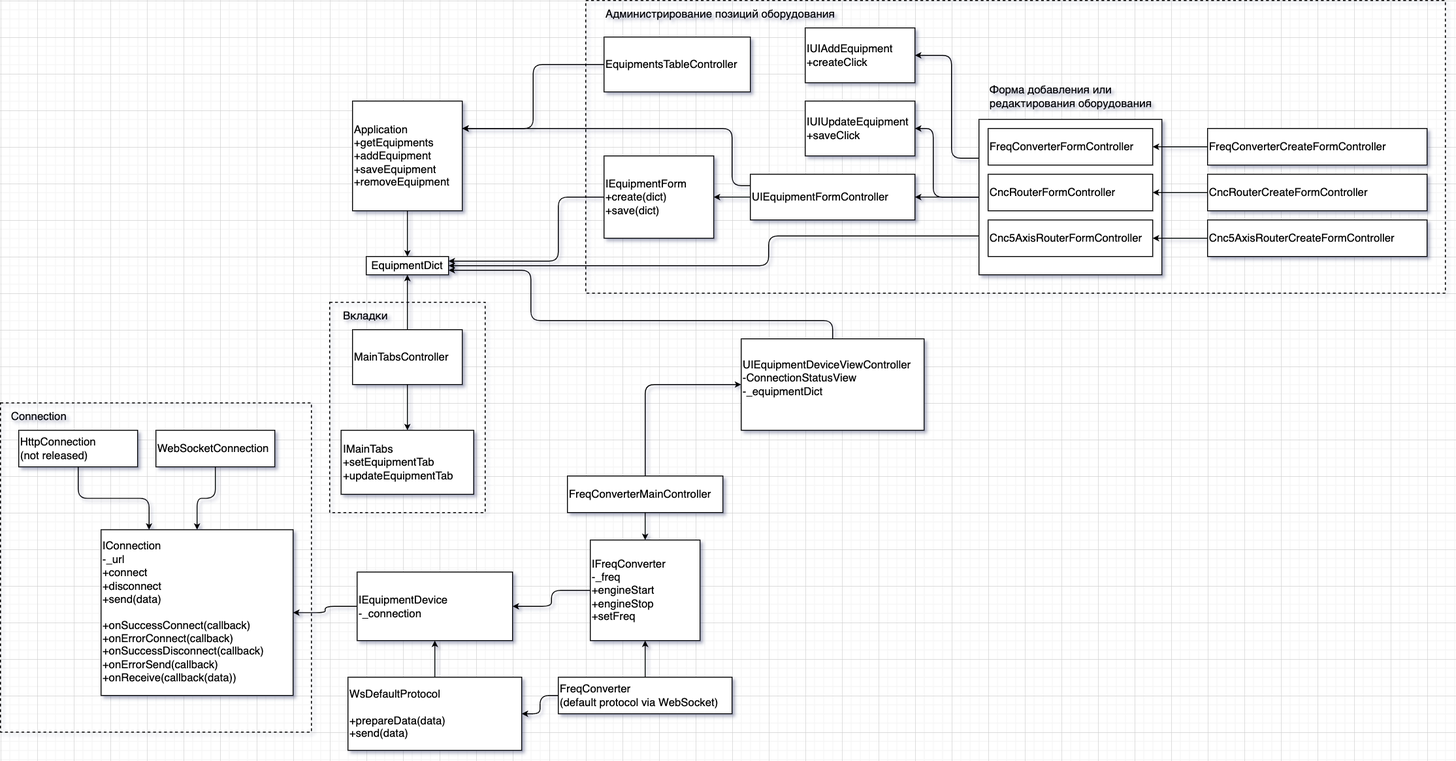
amikodev/factory-ios keeps this draw.io diagram as git.docs/arch-01.png. Above is the earlier version. Source tidied: cells renumbered, new cells last; positions are measured from the earlier drawing's top-left corner, leaving out a move shared by most shapes.
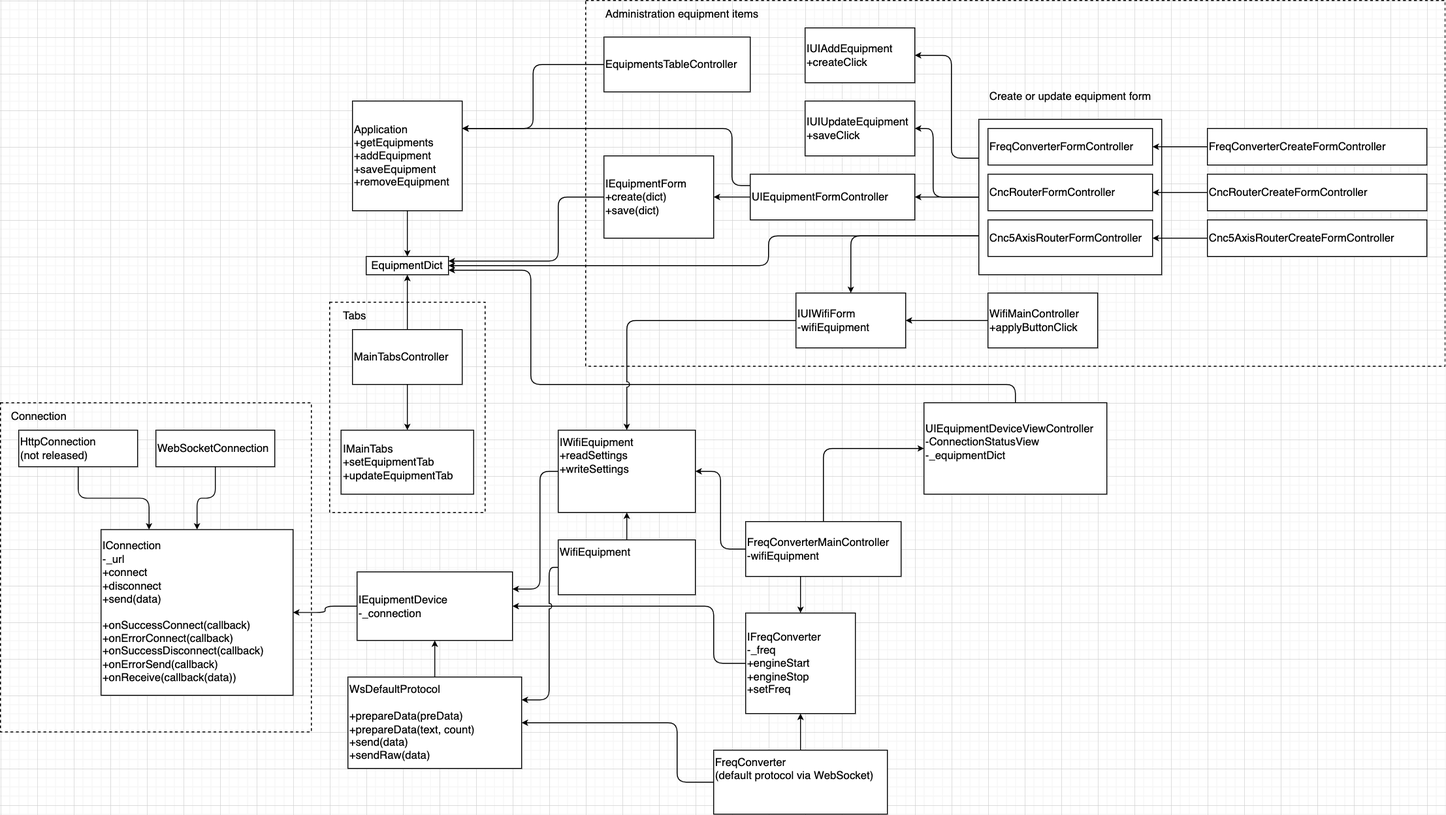
After the change.

What changed in the source:
```diff
@@ -6,7 +6,7 @@
       <mxGeometry y="440" width="340" height="360" as="geometry" />
     </mxCell>
     <mxCell id="3" style="rounded=0;whiteSpace=wrap;html=1;dashed=1;fillColor=none;" parent="1" vertex="1">
-      <mxGeometry x="640" width="940" height="320" as="geometry" />
+      <mxGeometry x="640" width="940" height="400" as="geometry" />
     </mxCell>
     <mxCell id="4" style="edgeStyle=orthogonalEdgeStyle;rounded=1;jettySize=auto;html=1;exitX=0;exitY=0.25;exitDx=0;exitDy=0;entryX=1;entryY=0.5;entryDx=0;entryDy=0;endSize=4;startSize=4;jumpStyle=arc;" parent="1" edge="1" source="8" target="16">
       <mxGeometry relative="1" as="geometry">
@@ -39,6 +39,9 @@
         </Array>
       </mxGeometry>
     </mxCell>
+    <mxCell id="58" style="edgeStyle=orthogonalEdgeStyle;rounded=1;jumpStyle=arc;jettySize=auto;html=1;exitX=0;exitY=0.75;exitDx=0;exitDy=0;entryX=0.5;entryY=0;entryDx=0;entryDy=0;startSize=4;endSize=4;" parent="1" edge="1" source="8" target="68">
+      <mxGeometry relative="1" as="geometry" />
+    </mxCell>
     <mxCell id="8" style="rounded=0;whiteSpace=wrap;html=1;" parent="1" vertex="1">
       <mxGeometry x="1070" y="130" width="200" height="170" as="geometry" />
     </mxCell>
@@ -75,7 +78,7 @@
     <mxCell id="19" value="Cnc5AxisRouterFormController" style="rounded=0;whiteSpace=wrap;html=1;align=left;" parent="1" vertex="1">
       <mxGeometry x="1080" y="240" width="180" height="40" as="geometry" />
     </mxCell>
-    <mxCell id="20" value="Форма добавления или редактирования оборудования" style="text;html=1;strokeColor=none;fillColor=none;align=left;verticalAlign=middle;whiteSpace=wrap;rounded=0;" parent="1" vertex="1">
+    <mxCell id="20" value="Create or update equipment form&amp;nbsp;" style="text;html=1;strokeColor=none;fillColor=none;align=left;verticalAlign=middle;whiteSpace=wrap;rounded=0;" parent="1" vertex="1">
       <mxGeometry x="1080" y="90" width="210" height="30" as="geometry" />
     </mxCell>
     <mxCell id="21" value="IUIUpdateEquipment&lt;br&gt;+saveClick" style="rounded=0;whiteSpace=wrap;html=1;align=left;" parent="1" vertex="1">
@@ -85,22 +88,30 @@
       <mxGeometry relative="1" as="geometry" />
     </mxCell>
     <mxCell id="23" style="edgeStyle=orthogonalEdgeStyle;rounded=1;jumpStyle=arc;jettySize=auto;html=1;exitX=0.5;exitY=1;exitDx=0;exitDy=0;entryX=0.5;entryY=0;entryDx=0;entryDy=0;startSize=4;endSize=4;" parent="1" edge="1" source="24" target="44">
-      <mxGeometry relative="1" as="geometry" />
+      <mxGeometry relative="1" as="geometry">
+        <Array as="points">
+          <mxPoint x="900" y="620" />
+          <mxPoint x="875" y="620" />
+        </Array>
+      </mxGeometry>
     </mxCell>
+    <mxCell id="59" style="edgeStyle=orthogonalEdgeStyle;rounded=1;jumpStyle=arc;jettySize=auto;html=1;exitX=0;exitY=0.5;exitDx=0;exitDy=0;entryX=1;entryY=0.5;entryDx=0;entryDy=0;startSize=4;endSize=4;" parent="1" edge="1" source="24" target="61">
+      <mxGeometry relative="1" as="geometry" />
+    </mxCell>
-    <mxCell id="24" value="FreqConverterMainController" style="rounded=0;whiteSpace=wrap;html=1;align=left;" parent="1" vertex="1">
-      <mxGeometry x="620" y="520" width="170" height="40" as="geometry" />
+    <mxCell id="24" value="FreqConverterMainController&lt;br&gt;-wifiEquipment" style="rounded=0;whiteSpace=wrap;html=1;align=left;" parent="1" vertex="1">
+      <mxGeometry x="815" y="570" width="170" height="60" as="geometry" />
     </mxCell>
     <mxCell id="25" style="edgeStyle=orthogonalEdgeStyle;rounded=1;jumpStyle=arc;jettySize=auto;html=1;exitX=0.5;exitY=0;exitDx=0;exitDy=0;entryX=1;entryY=0.75;entryDx=0;entryDy=0;startSize=4;endSize=4;" parent="1" edge="1" source="26" target="12">
       <mxGeometry relative="1" as="geometry">
         <Array as="points">
-          <mxPoint x="910" y="350" />
-          <mxPoint x="580" y="350" />
+          <mxPoint x="1110" y="420" />
+          <mxPoint x="580" y="420" />
           <mxPoint x="580" y="295" />
         </Array>
       </mxGeometry>
     </mxCell>
     <mxCell id="26" value="UIEquipmentDeviceViewController&lt;br&gt;-ConnectionStatusView&lt;br&gt;-_equipmentDict&lt;br&gt;&lt;br&gt;" style="rounded=0;whiteSpace=wrap;html=1;align=left;" parent="1" vertex="1">
-      <mxGeometry x="810" y="370" width="200" height="100" as="geometry" />
+      <mxGeometry x="1010" y="440" width="200" height="100" as="geometry" />
     </mxCell>
     <mxCell id="27" style="edgeStyle=orthogonalEdgeStyle;rounded=1;jumpStyle=arc;jettySize=auto;html=1;exitX=0;exitY=0.5;exitDx=0;exitDy=0;entryX=1;entryY=0.25;entryDx=0;entryDy=0;startSize=4;endSize=4;" parent="1" edge="1" source="28" target="10">
       <mxGeometry relative="1" as="geometry" />
@@ -160,24 +171,34 @@
       <mxGeometry relative="1" as="geometry" />
     </mxCell>
     <mxCell id="41" style="edgeStyle=orthogonalEdgeStyle;rounded=1;jumpStyle=arc;jettySize=auto;html=1;exitX=0;exitY=0.5;exitDx=0;exitDy=0;entryX=1;entryY=0.5;entryDx=0;entryDy=0;startSize=4;endSize=4;" parent="1" edge="1" source="42" target="57">
-      <mxGeometry relative="1" as="geometry" />
+      <mxGeometry relative="1" as="geometry">
+        <Array as="points">
+          <mxPoint x="740" y="855" />
+          <mxPoint x="740" y="790" />
+        </Array>
+      </mxGeometry>
     </mxCell>
-    <mxCell id="42" value="FreqConverter&lt;br&gt;(default protocol via WebSocket)" style="rounded=0;whiteSpace=wrap;html=1;align=left;" parent="1" vertex="1">
-      <mxGeometry x="610" y="740" width="190" height="40" as="geometry" />
+    <mxCell id="42" value="FreqConverter&lt;br&gt;(default protocol via WebSocket)&lt;br&gt;" style="rounded=0;whiteSpace=wrap;html=1;align=left;verticalAlign=top;" parent="1" vertex="1">
+      <mxGeometry x="780" y="820" width="190" height="70" as="geometry" />
     </mxCell>
     <mxCell id="43" style="edgeStyle=orthogonalEdgeStyle;rounded=1;jumpStyle=arc;jettySize=auto;html=1;exitX=0;exitY=0.5;exitDx=0;exitDy=0;entryX=1;entryY=0.5;entryDx=0;entryDy=0;startSize=4;endSize=4;" parent="1" edge="1" source="44" target="49">
-      <mxGeometry relative="1" as="geometry" />
+      <mxGeometry relative="1" as="geometry">
+        <Array as="points">
+          <mxPoint x="780" y="725" />
+          <mxPoint x="780" y="663" />
+        </Array>
+      </mxGeometry>
     </mxCell>
     <mxCell id="44" value="IFreqConverter&lt;br&gt;-_freq&lt;br&gt;+engineStart&lt;br&gt;+engineStop&lt;br&gt;+setFreq" style="rounded=0;whiteSpace=wrap;html=1;align=left;" parent="1" vertex="1">
-      <mxGeometry x="645" y="590" width="120" height="110" as="geometry" />
+      <mxGeometry x="815" y="670" width="120" height="110" as="geometry" />
     </mxCell>
-    <mxCell id="45" value="Администрирование позиций оборудования" style="text;html=1;strokeColor=none;fillColor=none;align=left;verticalAlign=middle;whiteSpace=wrap;rounded=0;" parent="1" vertex="1">
+    <mxCell id="45" value="Administration equipment items" style="text;html=1;strokeColor=none;fillColor=none;align=left;verticalAlign=middle;whiteSpace=wrap;rounded=0;" parent="1" vertex="1">
       <mxGeometry x="660" width="300" height="30" as="geometry" />
     </mxCell>
     <mxCell id="46" style="rounded=0;whiteSpace=wrap;html=1;dashed=1;fillColor=none;" parent="1" vertex="1">
       <mxGeometry x="360" y="330" width="170" height="230" as="geometry" />
     </mxCell>
-    <mxCell id="47" value="Вкладки" style="text;html=1;strokeColor=none;fillColor=none;align=left;verticalAlign=middle;whiteSpace=wrap;rounded=0;dashed=1;" parent="1" vertex="1">
+    <mxCell id="47" value="Tabs" style="text;html=1;strokeColor=none;fillColor=none;align=left;verticalAlign=middle;whiteSpace=wrap;rounded=0;dashed=1;" parent="1" vertex="1">
       <mxGeometry x="373" y="330" width="147" height="30" as="geometry" />
     </mxCell>
     <mxCell id="48" style="edgeStyle=orthogonalEdgeStyle;rounded=1;jumpStyle=arc;jettySize=auto;html=1;exitX=0;exitY=0.5;exitDx=0;exitDy=0;entryX=1;entryY=0.5;entryDx=0;entryDy=0;startSize=4;endSize=4;" parent="1" edge="1" source="49" target="50">
@@ -207,8 +228,45 @@
     <mxCell id="56" style="edgeStyle=orthogonalEdgeStyle;rounded=1;jumpStyle=arc;jettySize=auto;html=1;exitX=0.5;exitY=0;exitDx=0;exitDy=0;entryX=0.5;entryY=1;entryDx=0;entryDy=0;startSize=4;endSize=4;" parent="1" edge="1" source="57" target="49">
       <mxGeometry relative="1" as="geometry" />
     </mxCell>
-    <mxCell id="57" value="WsDefaultProtocol&lt;br&gt;&lt;br&gt;+prepareData(data)&lt;br&gt;+send(data)" style="rounded=0;whiteSpace=wrap;html=1;align=left;" parent="1" vertex="1">
-      <mxGeometry x="380" y="740" width="190" height="80" as="geometry" />
+    <mxCell id="57" value="WsDefaultProtocol&lt;br&gt;&lt;br&gt;+prepareData(preData)&lt;br&gt;+prepareData(text, count)&lt;br&gt;+send(data)&lt;br&gt;+sendRaw(data)" style="rounded=0;whiteSpace=wrap;html=1;align=left;" parent="1" vertex="1">
+      <mxGeometry x="380" y="740" width="190" height="100" as="geometry" />
     </mxCell>
+    <mxCell id="60" style="edgeStyle=orthogonalEdgeStyle;rounded=1;jumpStyle=arc;jettySize=auto;html=1;exitX=0;exitY=0.5;exitDx=0;exitDy=0;entryX=1;entryY=0.25;entryDx=0;entryDy=0;startSize=4;endSize=4;" parent="1" edge="1" source="61" target="49">
+      <mxGeometry relative="1" as="geometry">
+        <Array as="points">
+          <mxPoint x="590" y="515" />
+          <mxPoint x="590" y="644" />
+        </Array>
+      </mxGeometry>
+    </mxCell>
+    <mxCell id="61" value="IWifiEquipment&lt;br&gt;+readSettings&lt;br&gt;+writeSettings" style="rounded=0;whiteSpace=wrap;html=1;align=left;verticalAlign=top;" parent="1" vertex="1">
+      <mxGeometry x="610" y="470" width="150" height="90" as="geometry" />
+    </mxCell>
+    <mxCell id="62" style="edgeStyle=orthogonalEdgeStyle;rounded=1;jettySize=auto;html=1;exitX=0.5;exitY=0;exitDx=0;exitDy=0;entryX=0.5;entryY=1;entryDx=0;entryDy=0;endSize=4;startSize=4;jumpStyle=arc;" parent="1" edge="1" source="64" target="61">
+      <mxGeometry relative="1" as="geometry" />
+    </mxCell>
+    <mxCell id="63" style="edgeStyle=orthogonalEdgeStyle;rounded=1;jumpStyle=arc;jettySize=auto;html=1;exitX=0;exitY=0.5;exitDx=0;exitDy=0;entryX=1;entryY=0.25;entryDx=0;entryDy=0;startSize=4;endSize=4;" parent="1" edge="1" source="64" target="57">
+      <mxGeometry relative="1" as="geometry">
+        <Array as="points">
+          <mxPoint x="600" y="620" />
+          <mxPoint x="600" y="765" />
+        </Array>
+      </mxGeometry>
+    </mxCell>
+    <mxCell id="64" value="WifiEquipment" style="rounded=0;whiteSpace=wrap;html=1;align=left;verticalAlign=top;" parent="1" vertex="1">
+      <mxGeometry x="610" y="590" width="150" height="60" as="geometry" />
+    </mxCell>
+    <mxCell id="65" style="edgeStyle=orthogonalEdgeStyle;rounded=1;jettySize=auto;html=1;exitX=0;exitY=0.5;exitDx=0;exitDy=0;entryX=1;entryY=0.5;entryDx=0;entryDy=0;endSize=4;startSize=4;jumpStyle=arc;" parent="1" edge="1" source="66" target="68">
+      <mxGeometry relative="1" as="geometry" />
+    </mxCell>
+    <mxCell id="66" value="WifiMainController&lt;br&gt;+applyButtonClick" style="rounded=0;whiteSpace=wrap;html=1;align=left;" parent="1" vertex="1">
+      <mxGeometry x="1080" y="320" width="120" height="60" as="geometry" />
+    </mxCell>
+    <mxCell id="67" style="edgeStyle=orthogonalEdgeStyle;rounded=1;jumpStyle=arc;jettySize=auto;html=1;exitX=0;exitY=0.5;exitDx=0;exitDy=0;entryX=0.5;entryY=0;entryDx=0;entryDy=0;startSize=4;endSize=4;" parent="1" edge="1" source="68" target="61">
+      <mxGeometry relative="1" as="geometry" />
+    </mxCell>
+    <mxCell id="68" value="IUIWifiForm&lt;br&gt;-wifiEquipment" style="rounded=0;whiteSpace=wrap;html=1;align=left;verticalAlign=middle;" parent="1" vertex="1">
+      <mxGeometry x="870" y="320" width="120" height="60" as="geometry" />
+    </mxCell>
   </root>
 </mxGraphModel>
```
